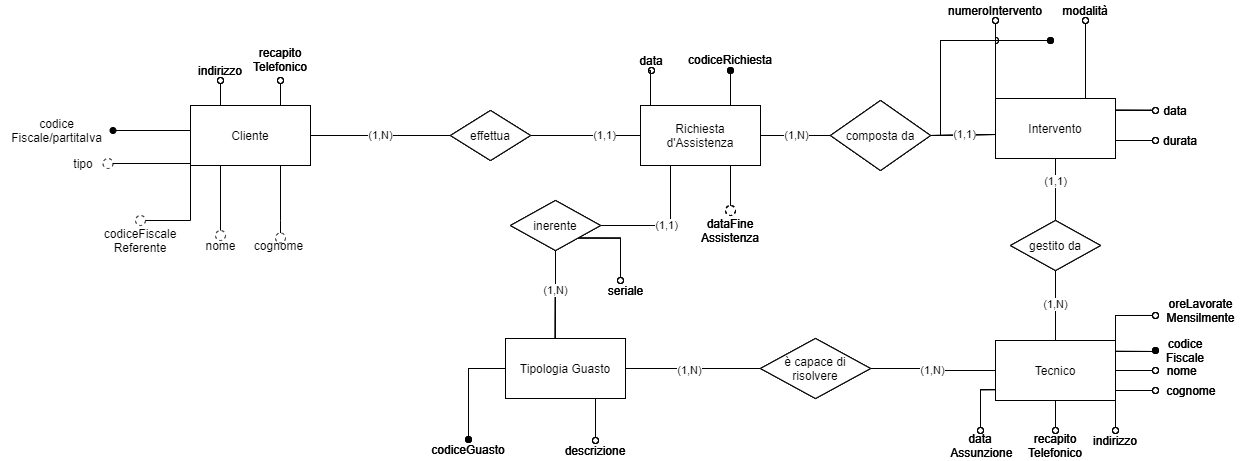
This is Relazione/image/er_ristrutturato.png from GiovanniRaseraF/ProgettoBasiDiDatiLaboratorio, a draw.io export, as it was before one commit. Source tidied: cells renumbered, new cells last; positions are measured from the earlier drawing's top-left corner, leaving out a move shared by most shapes.
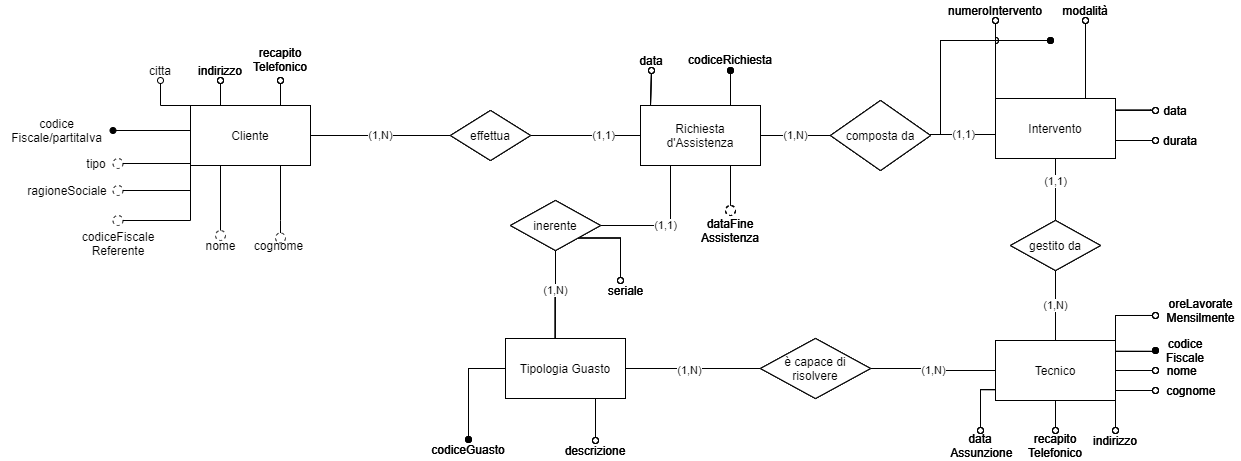
The same diagram one commit later.

Change to the diagram source:
```diff
@@ -563,6 +563,9 @@
         </Array>
       </mxGeometry>
     </mxCell>
+    <mxCell id="211" style="edgeStyle=orthogonalEdgeStyle;rounded=0;jettySize=auto;html=1;exitX=0;exitY=0;exitDx=0;exitDy=0;entryX=0.5;entryY=1;entryDx=0;entryDy=0;endArrow=oval;endFill=0;" parent="1" edge="1" source="140" target="212">
+      <mxGeometry relative="1" as="geometry" />
+    </mxCell>
     <mxCell id="140" value="Cliente" style="rounded=0;whiteSpace=wrap;html=1;" parent="1" vertex="1">
       <mxGeometry x="190" y="105" width="120" height="60" as="geometry" />
     </mxCell>
@@ -784,7 +787,7 @@
       <mxGeometry x="510" y="200" width="90" height="50" as="geometry" />
     </mxCell>
     <mxCell id="194" value="codiceFiscale&lt;br&gt;Referente" style="text;html=1;strokeColor=none;fillColor=none;align=center;verticalAlign=middle;whiteSpace=wrap;rounded=0;" parent="1" vertex="1">
-      <mxGeometry x="100" y="222.5" width="80" height="35" as="geometry" />
+      <mxGeometry x="77.5" y="225" width="80" height="35" as="geometry" />
     </mxCell>
     <mxCell id="195" value="cognome" style="text;html=1;align=center;verticalAlign=middle;" parent="1" vertex="1">
       <mxGeometry x="247.5" y="235" width="60" height="20" as="geometry" />
@@ -826,10 +829,10 @@
       </mxGeometry>
     </mxCell>
     <mxCell id="205" value="tipo" style="text;html=1;strokeColor=none;fillColor=none;align=center;verticalAlign=middle;whiteSpace=wrap;rounded=0;" parent="1" vertex="1">
-      <mxGeometry x="62.5" y="153" width="40" height="20" as="geometry" />
+      <mxGeometry x="75.5" y="153" width="40" height="20" as="geometry" />
     </mxCell>
     <mxCell id="206" style="ellipse;whiteSpace=wrap;html=1;dashed=1;fillColor=none;" parent="1" vertex="1">
-      <mxGeometry x="135" y="215" width="10" height="10" as="geometry" />
+      <mxGeometry x="112.5" y="215" width="10" height="10" as="geometry" />
     </mxCell>
     <mxCell id="207" style="ellipse;whiteSpace=wrap;html=1;dashed=1;fillColor=none;" parent="1" vertex="1">
       <mxGeometry x="215" y="230" width="10" height="10" as="geometry" />
@@ -845,7 +848,21 @@
       </mxGeometry>
     </mxCell>
     <mxCell id="210" style="ellipse;whiteSpace=wrap;html=1;dashed=1;fillColor=none;" parent="1" vertex="1">
-      <mxGeometry x="102.5" y="158" width="10" height="10" as="geometry" />
+      <mxGeometry x="112.5" y="158" width="10" height="10" as="geometry" />
     </mxCell>
+    <mxCell id="212" value="citta" style="text;html=1;strokeColor=none;fillColor=none;align=center;verticalAlign=middle;whiteSpace=wrap;rounded=0;" parent="1" vertex="1">
+      <mxGeometry x="140" y="60" width="40" height="20" as="geometry" />
+    </mxCell>
+    <mxCell id="213" value="ragioneSociale" style="text;html=1;strokeColor=none;fillColor=none;align=center;verticalAlign=middle;whiteSpace=wrap;rounded=0;" parent="1" vertex="1">
+      <mxGeometry x="16.5" y="180" width="100" height="20" as="geometry" />
+    </mxCell>
+    <mxCell id="214" style="edgeStyle=orthogonalEdgeStyle;rounded=0;jettySize=auto;html=1;exitX=1;exitY=0.5;exitDx=0;exitDy=0;endArrow=none;endFill=0;" parent="1" edge="1" source="215">
+      <mxGeometry relative="1" as="geometry">
+        <mxPoint x="190" y="170" as="targetPoint" />
+      </mxGeometry>
+    </mxCell>
+    <mxCell id="215" style="ellipse;whiteSpace=wrap;html=1;dashed=1;fillColor=none;" parent="1" vertex="1">
+      <mxGeometry x="112.5" y="185" width="10" height="10" as="geometry" />
+    </mxCell>
   </root>
 </mxGraphModel>
```
